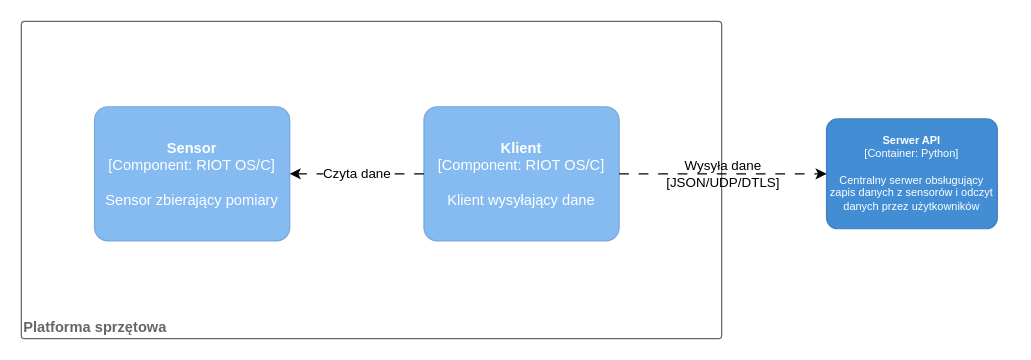
Before: page "Platofrma sprzetowa component" (3 of 5) of docs/architecture/c4-pzsp2.drawio in sysy-inc/pzsp2-24z, a draw.io diagram. Source tidied: cells renumbered, new cells numbered last; positions are measured from the earlier drawing's top-left corner, leaving out a move shared by most shapes. Both pictures are drawn from the tidied source at 122%, with x=0, y=0 at pixel (21, 21).
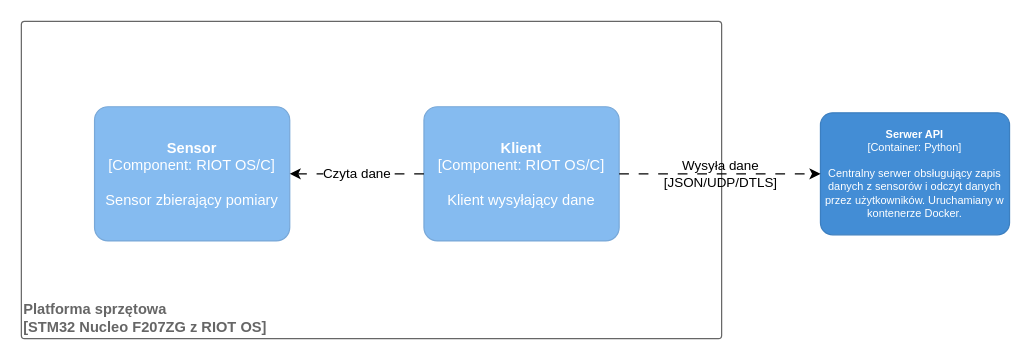
Above is the later version.

Diff of the diagram source:
```diff
@@
 <mxGraphModel>
   <root>
     <mxCell id="0" />
     <mxCell id="1" parent="0" />
-    <mxCell id="2" value="&lt;div style=&quot;text-align: left&quot;&gt;&lt;b&gt;Platforma sprzętowa&lt;/b&gt;&lt;/div&gt;" style="rounded=1;whiteSpace=wrap;html=1;labelBackgroundColor=none;fillColor=#ffffff;align=left;arcSize=1;verticalAlign=bottom;strokeColor=#666666;fontColor=#666666;" parent="1" vertex="1">
+    <mxCell id="2" value="&lt;div style=&quot;text-align: left&quot;&gt;&lt;b&gt;Platforma sprzętowa&lt;/b&gt;&lt;/div&gt;&lt;div style=&quot;text-align: left&quot;&gt;&lt;b&gt;[STM32 Nucleo F207ZG z&lt;/b&gt;&lt;b style=&quot;background-color: initial;&quot;&gt;&amp;nbsp;RIOT OS]&lt;/b&gt;&lt;/div&gt;" style="rounded=1;whiteSpace=wrap;html=1;labelBackgroundColor=none;fillColor=#ffffff;align=left;arcSize=1;verticalAlign=bottom;strokeColor=#666666;fontColor=#666666;" parent="1" vertex="1">
       <mxGeometry width="574" height="260" as="geometry" />
     </mxCell>
-    <object id="3" label="&lt;b style=&quot;font-size: 9px;&quot;&gt;%c4Name%&lt;/b&gt;&lt;div style=&quot;font-size: 9px;&quot;&gt;[%c4Type%: %c4Technology%]&lt;/div&gt;&lt;br style=&quot;font-size: 9px;&quot;&gt;&lt;div style=&quot;font-size: 9px;&quot;&gt;%c4Description%&lt;/div&gt;" c4Description="Centralny serwer obsługujący zapis danych z sensorów i odczyt danych przez użytkowników" c4Name="Serwer API" c4Technology="Python" c4Type="Container" placeholders="1">
+    <object id="3" label="&lt;b style=&quot;font-size: 9px;&quot;&gt;%c4Name%&lt;/b&gt;&lt;div style=&quot;font-size: 9px;&quot;&gt;[%c4Type%: %c4Technology%]&lt;/div&gt;&lt;br style=&quot;font-size: 9px;&quot;&gt;&lt;div style=&quot;font-size: 9px;&quot;&gt;%c4Description%&lt;/div&gt;" c4Description="Centralny serwer obsługujący zapis danych z sensorów i odczyt danych przez użytkowników. Uruchamiany w kontenerze Docker." c4Name="Serwer API" c4Technology="Python" c4Type="Container" placeholders="1">
       <mxCell style="rounded=1;whiteSpace=wrap;html=1;labelBackgroundColor=none;fillColor=#438DD5;fontColor=#ffffff;align=center;arcSize=10;strokeColor=#3C7FC0;metaData={&quot;c4Type&quot;:{&quot;editable&quot;:false}};points=[[0.25,0,0],[0.5,0,0],[0.75,0,0],[1,0.25,0],[1,0.5,0],[1,0.75,0],[0.75,1,0],[0.5,1,0],[0.25,1,0],[0,0.75,0],[0,0.5,0],[0,0.25,0]];fontSize=9;" parent="1" vertex="1">
-        <mxGeometry x="660" y="80" width="140" height="90" as="geometry" />
+        <mxGeometry x="655" y="75" width="155" height="100" as="geometry" />
       </mxCell>
     </object>
     <object id="4" label="&lt;b&gt;%c4Name%&lt;/b&gt;&lt;div&gt;[%c4Type%: %c4Technology%]&lt;/div&gt;&lt;br&gt;&lt;div&gt;%c4Description%&lt;/div&gt;" c4Description="Klient wysyłający dane" c4Name="Klient" c4Technology="RIOT OS/C" c4Type="Component" placeholders="1">
       <mxCell style="rounded=1;whiteSpace=wrap;html=1;labelBackgroundColor=none;fillColor=#85BBF0;fontColor=#ffffff;align=center;arcSize=10;strokeColor=#78A8D8;metaData={&quot;c4Type&quot;:{&quot;editable&quot;:false}};points=[[0.25,0,0],[0.5,0,0],[0.75,0,0],[1,0.25,0],[1,0.5,0],[1,0.75,0],[0.75,1,0],[0.5,1,0],[0.25,1,0],[0,0.75,0],[0,0.5,0],[0,0.25,0]];" parent="1" vertex="1">
         <mxGeometry x="330" y="70" width="160" height="110" as="geometry" />
       </mxCell>
     </object>
     <mxCell id="5" value="Wysyła dane&lt;div&gt;[JSON/UDP/DTLS]&lt;/div&gt;" style="edgeStyle=orthogonalEdgeStyle;rounded=0;jettySize=auto;html=1;entryX=0;entryY=0.5;entryDx=0;entryDy=0;entryPerimeter=0;labelBackgroundColor=none;dashed=1;dashPattern=8 8;" parent="1" edge="1" source="4" target="3">
       <mxGeometry relative="1" as="geometry" />
     </mxCell>
     <object id="6" label="&lt;b&gt;%c4Name%&lt;/b&gt;&lt;div&gt;[%c4Type%: %c4Technology%]&lt;/div&gt;&lt;br&gt;&lt;div&gt;%c4Description%&lt;/div&gt;" c4Description="Sensor zbierający pomiary" c4Name="Sensor" c4Technology="RIOT OS/C" c4Type="Component" placeholders="1">
       <mxCell style="rounded=1;whiteSpace=wrap;html=1;labelBackgroundColor=none;fillColor=#85BBF0;fontColor=#ffffff;align=center;arcSize=10;strokeColor=#78A8D8;metaData={&quot;c4Type&quot;:{&quot;editable&quot;:false}};points=[[0.25,0,0],[0.5,0,0],[0.75,0,0],[1,0.25,0],[1,0.5,0],[1,0.75,0],[0.75,1,0],[0.5,1,0],[0.25,1,0],[0,0.75,0],[0,0.5,0],[0,0.25,0]];" parent="1" vertex="1">
         <mxGeometry x="60" y="70" width="160" height="110" as="geometry" />
       </mxCell>
     </object>
     <mxCell id="7" value="Czyta dane" style="edgeStyle=orthogonalEdgeStyle;rounded=0;jettySize=auto;html=1;entryX=1;entryY=0.5;entryDx=0;entryDy=0;entryPerimeter=0;dashed=1;dashPattern=8 8;" parent="1" edge="1" source="4" target="6">
       <mxGeometry relative="1" as="geometry" />
     </mxCell>
   </root>
 </mxGraphModel>
```
